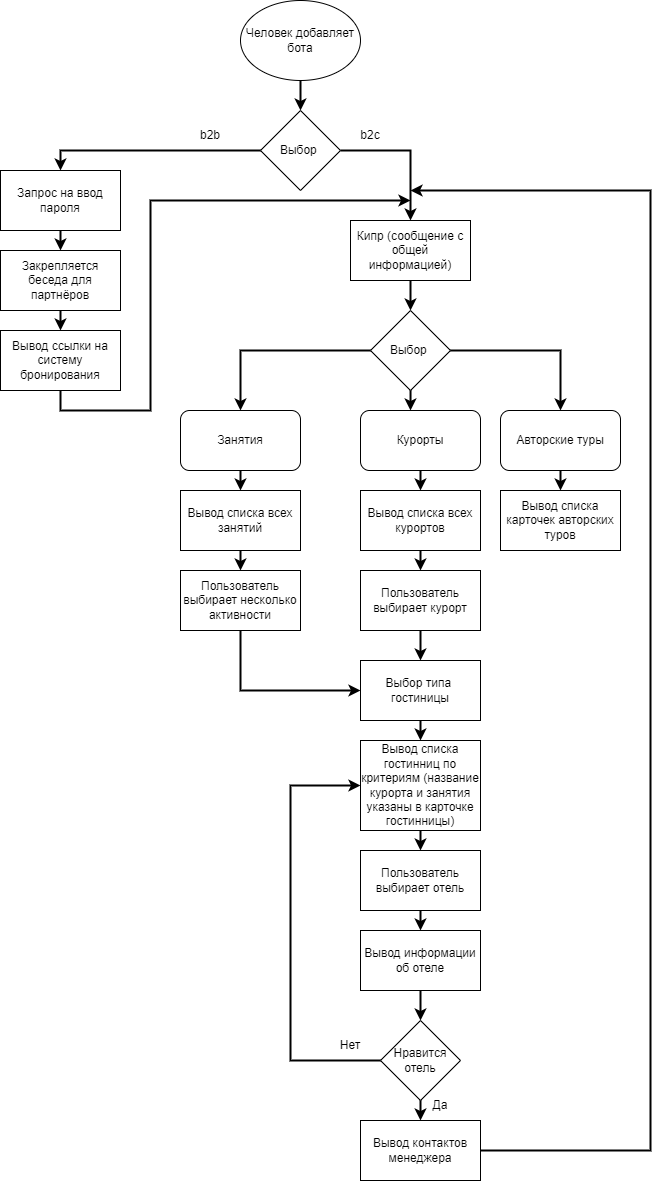
Above: diagram.png in ProdamGaraj/BCDTravelAgency (draw.io), before the change. Source tidied: cells renumbered, new cells last; positions are measured from the earlier drawing's top-left corner, leaving out a move shared by most shapes.
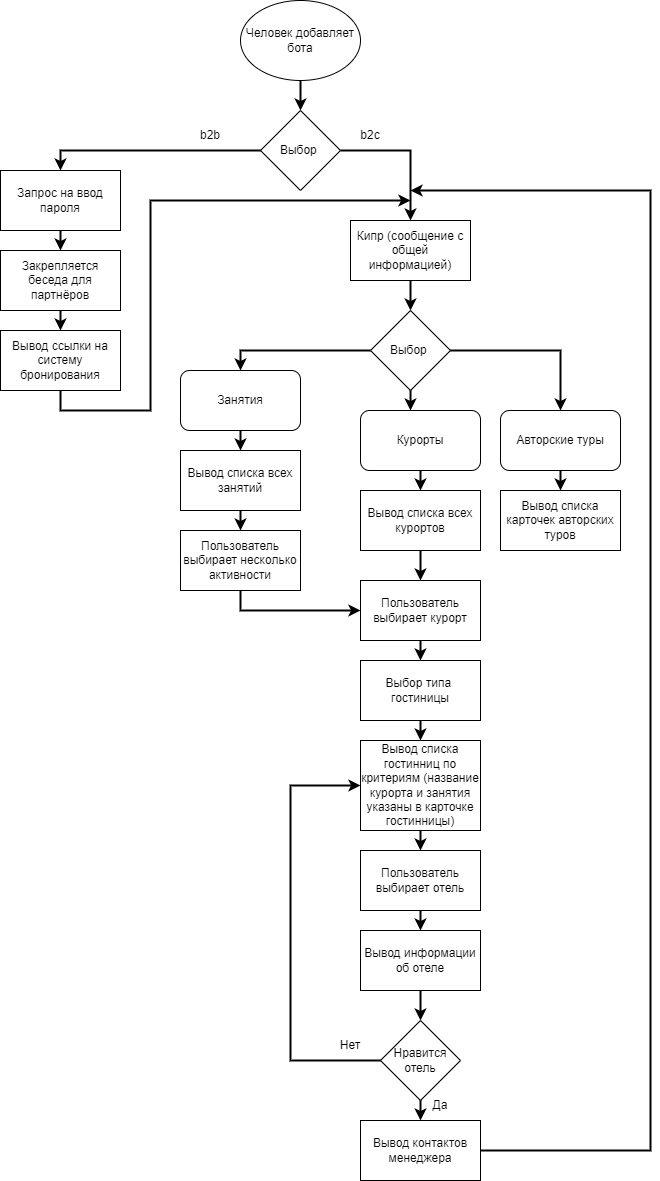
After the change.

Change to the diagram source:
```diff
@@ -18,12 +18,12 @@
     <mxCell id="5" value="Выбор&amp;nbsp;" style="rhombus;whiteSpace=wrap;html=1;fillColor=none;strokeColor=#000000;fontColor=#000000;" parent="1" vertex="1">
       <mxGeometry x="260" y="110" width="80" height="80" as="geometry" />
     </mxCell>
-    <mxCell id="6" style="edgeStyle=orthogonalEdgeStyle;html=1;strokeColor=#000000;" parent="1" edge="1" target="x">
+    <mxCell id="6" style="edgeStyle=orthogonalEdgeStyle;html=1;strokeColor=#000000;" parent="1" edge="1">
       <mxGeometry relative="1" as="geometry">
         <mxPoint x="490" y="350" as="sourcePoint" />
       </mxGeometry>
     </mxCell>
-    <mxCell id="7" style="edgeStyle=none;rounded=0;html=1;entryX=0.5;entryY=0;entryDx=0;entryDy=0;elbow=vertical;strokeColor=#000000;" parent="1" edge="1" target="x">
+    <mxCell id="7" style="edgeStyle=none;rounded=0;html=1;entryX=0.5;entryY=0;entryDx=0;entryDy=0;elbow=vertical;strokeColor=#000000;" parent="1" edge="1">
       <mxGeometry relative="1" as="geometry">
         <mxPoint x="430" y="380" as="sourcePoint" />
         <Array as="points">
@@ -32,7 +32,7 @@
         </Array>
       </mxGeometry>
     </mxCell>
-    <mxCell id="8" style="edgeStyle=none;html=1;entryX=0.5;entryY=0;entryDx=0;entryDy=0;strokeColor=#000000;" parent="1" edge="1" target="x">
+    <mxCell id="8" style="edgeStyle=none;html=1;entryX=0.5;entryY=0;entryDx=0;entryDy=0;strokeColor=#000000;" parent="1" edge="1">
       <mxGeometry relative="1" as="geometry">
         <mxPoint x="180" y="380" as="sourcePoint" />
       </mxGeometry>
@@ -50,7 +50,7 @@
     <mxCell id="11" value="b2c" style="text;html=1;strokeColor=none;fillColor=none;align=center;verticalAlign=middle;whiteSpace=wrap;rounded=0;fontColor=#000000;" parent="1" vertex="1">
       <mxGeometry x="340" y="120" width="60" height="30" as="geometry" />
     </mxCell>
-    <mxCell id="12" style="edgeStyle=orthogonalEdgeStyle;html=1;rounded=0;strokeColor=#000000;" parent="1" edge="1" target="x">
+    <mxCell id="12" style="edgeStyle=orthogonalEdgeStyle;html=1;rounded=0;strokeColor=#000000;" parent="1" edge="1">
       <mxGeometry relative="1" as="geometry">
         <mxPoint x="180.1" y="480" as="sourcePoint" />
         <Array as="points">
@@ -59,7 +59,7 @@
         </Array>
       </mxGeometry>
     </mxCell>
-    <mxCell id="13" style="edgeStyle=orthogonalEdgeStyle;html=1;rounded=0;strokeColor=#000000;" parent="1" edge="1" target="x">
+    <mxCell id="13" style="edgeStyle=orthogonalEdgeStyle;html=1;rounded=0;strokeColor=#000000;" parent="1" edge="1">
       <mxGeometry relative="1" as="geometry">
         <mxPoint x="600.1" y="380" as="sourcePoint" />
         <Array as="points">
@@ -95,7 +95,7 @@
       <mxGeometry relative="1" as="geometry" />
     </mxCell>
     <mxCell id="22" value="Занятия" style="rounded=1;whiteSpace=wrap;html=1;strokeColor=#000000;fontColor=#000000;fillColor=none;" parent="1" vertex="1">
-      <mxGeometry x="180" y="410" width="120" height="60" as="geometry" />
+      <mxGeometry x="180" y="370" width="120" height="60" as="geometry" />
     </mxCell>
     <mxCell id="23" style="edgeStyle=none;rounded=0;html=1;entryX=0.5;entryY=0;entryDx=0;entryDy=0;strokeColor=#000000;fontColor=#000000;strokeWidth=2;" parent="1" edge="1" source="24" target="41">
       <mxGeometry relative="1" as="geometry" />
@@ -127,17 +127,17 @@
       <mxGeometry relative="1" as="geometry" />
     </mxCell>
     <mxCell id="30" value="Вывод списка всех занятий" style="rounded=0;whiteSpace=wrap;html=1;strokeColor=#000000;fontColor=#000000;fillColor=none;" parent="1" vertex="1">
-      <mxGeometry x="180" y="490" width="120" height="60" as="geometry" />
+      <mxGeometry x="180" y="450" width="120" height="60" as="geometry" />
     </mxCell>
-    <mxCell id="31" style="edgeStyle=none;rounded=0;html=1;strokeColor=#000000;fontColor=#000000;exitX=0.5;exitY=1;exitDx=0;exitDy=0;strokeWidth=2;entryX=0;entryY=0.5;entryDx=0;entryDy=0;" parent="1" edge="1" source="32" target="38">
+    <mxCell id="31" style="edgeStyle=none;rounded=0;html=1;strokeColor=#000000;fontColor=#000000;exitX=0.5;exitY=1;exitDx=0;exitDy=0;strokeWidth=2;entryX=0;entryY=0.5;entryDx=0;entryDy=0;" parent="1" edge="1" source="32" target="36">
       <mxGeometry relative="1" as="geometry">
         <Array as="points">
-          <mxPoint x="240" y="690" />
+          <mxPoint x="240" y="610" />
         </Array>
       </mxGeometry>
     </mxCell>
     <mxCell id="32" value="Пользователь выбирает несколько активности" style="rounded=0;whiteSpace=wrap;html=1;strokeColor=#000000;fontColor=#000000;fillColor=none;" parent="1" vertex="1">
-      <mxGeometry x="180" y="570" width="120" height="60" as="geometry" />
+      <mxGeometry x="180" y="530" width="120" height="60" as="geometry" />
     </mxCell>
     <mxCell id="33" style="edgeStyle=none;rounded=0;html=1;strokeColor=#000000;fontColor=#000000;strokeWidth=2;" parent="1" edge="1" source="34" target="36">
       <mxGeometry relative="1" as="geometry" />
@@ -149,7 +149,7 @@
       <mxGeometry relative="1" as="geometry" />
     </mxCell>
     <mxCell id="36" value="Пользователь выбирает курорт" style="rounded=0;whiteSpace=wrap;html=1;strokeColor=#000000;fontColor=#000000;fillColor=none;" parent="1" vertex="1">
-      <mxGeometry x="360" y="570" width="120" height="60" as="geometry" />
+      <mxGeometry x="360" y="580" width="120" height="60" as="geometry" />
     </mxCell>
     <mxCell id="37" style="edgeStyle=none;rounded=0;html=1;strokeColor=#000000;fontColor=#000000;strokeWidth=2;" parent="1" edge="1" source="38" target="40">
       <mxGeometry relative="1" as="geometry" />
```
